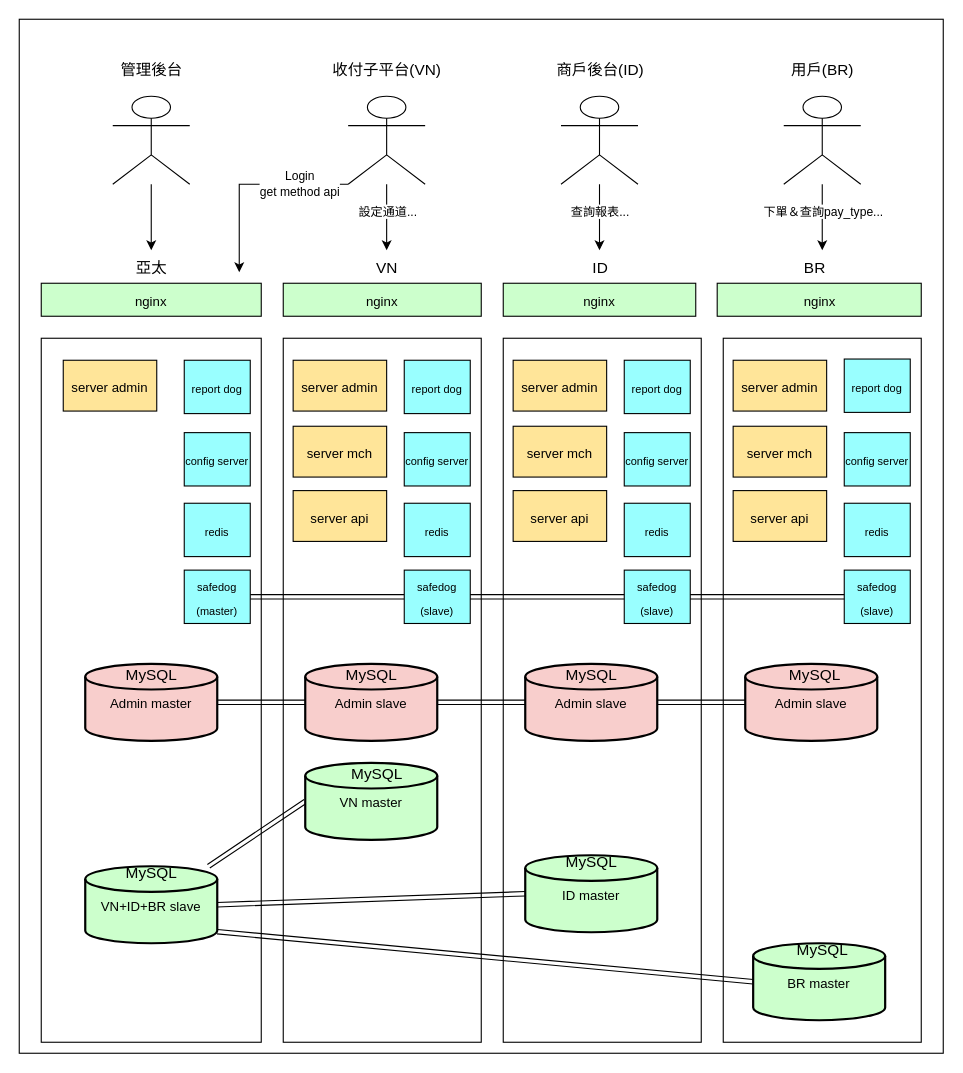
ppudding5566/test5566 keeps this draw.io diagram as page "jp全球化架構圖" (4 of 5) of turtledegist.drawio. Above is the earlier version. Source tidied: cells renumbered, new cells numbered last; positions are measured from the earlier drawing's top-left corner, leaving out a move shared by most shapes. Both pictures are drawn from the tidied source at 110%, with x=0, y=0 at pixel (19, 19).
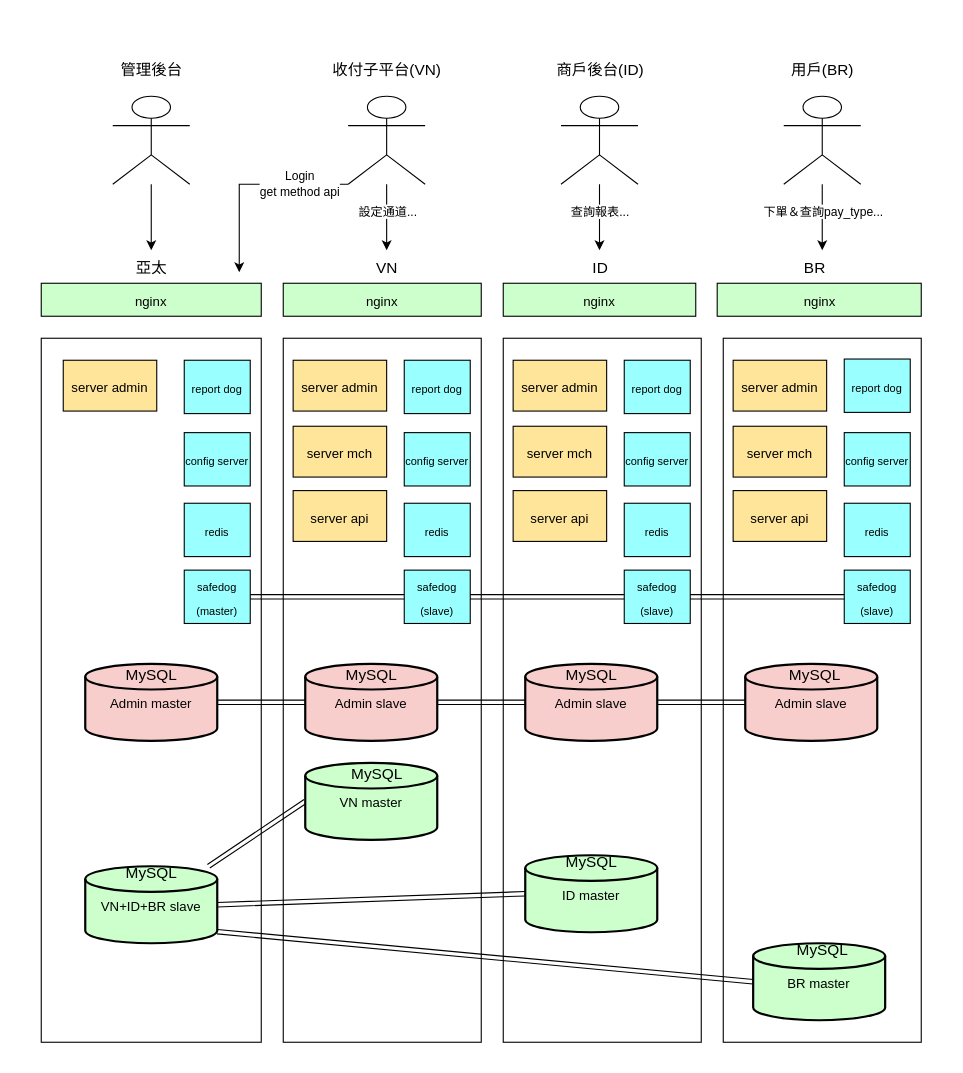
The same diagram, later.

Diff of the diagram source:
```diff
@@
-    <mxCell id="2" style="rounded=0;whiteSpace=wrap;html=1;fontSize=10;" parent="1" vertex="1">
-      <mxGeometry width="840" height="940" as="geometry" />
-    </mxCell>
```
